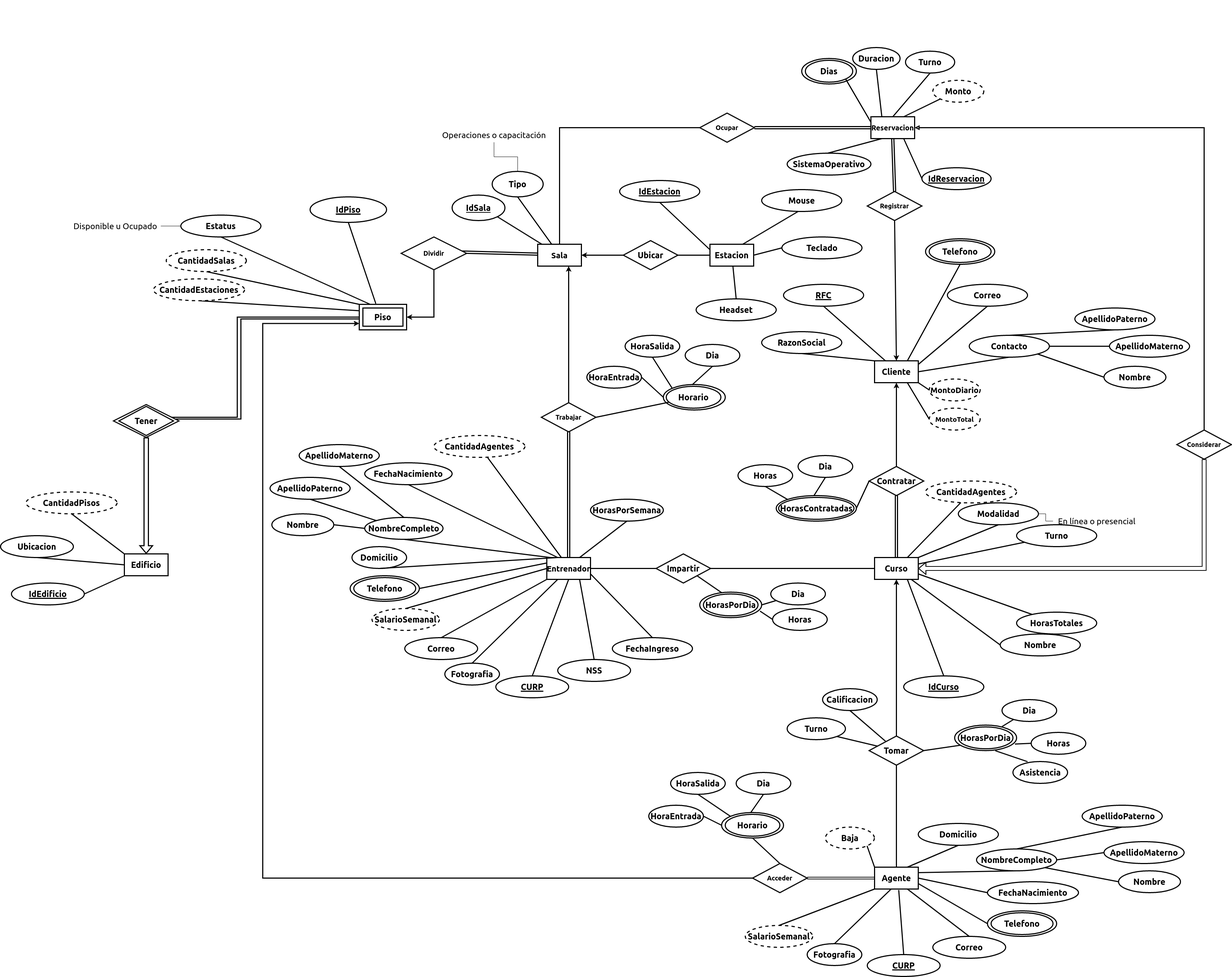
The draw.io diagram ProyectoFinal/Diagramas/ER.png in frgaray/FBD-2023-1, before a commit. Source tidied: cells renumbered, new cells last; positions are measured from the earlier drawing's top-left corner, leaving out a move shared by most shapes.
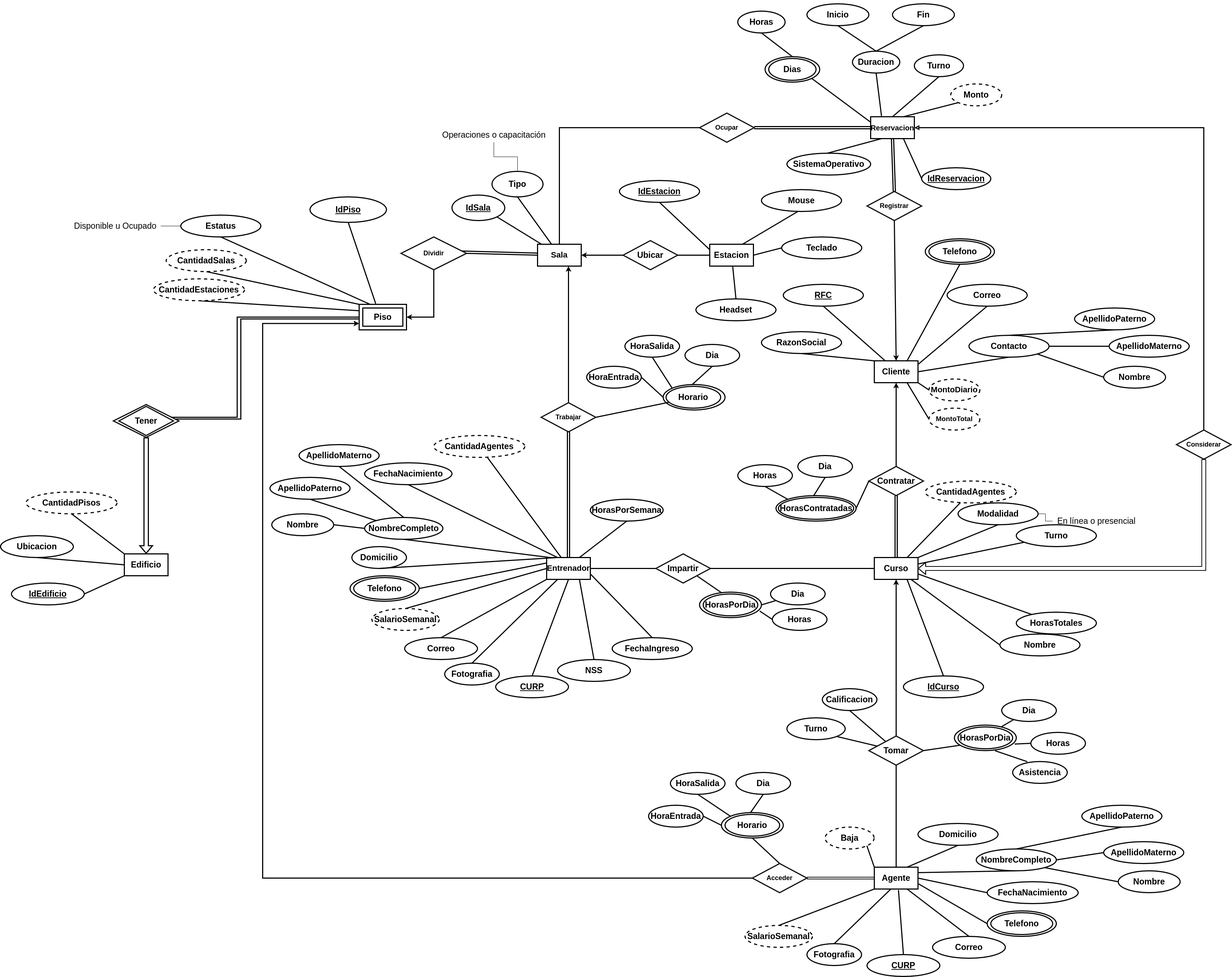
After the commit.

Diff of the diagram source:
```diff
@@ -689,28 +689,28 @@
       <mxGeometry relative="1" as="geometry" />
     </mxCell>
     <mxCell id="210" value="Turno" style="ellipse;whiteSpace=wrap;html=1;strokeWidth=3;fontSize=23;fontStyle=1;" parent="1" vertex="1">
-      <mxGeometry x="2485" y="140" width="135" height="60" as="geometry" />
+      <mxGeometry x="2510" y="150" width="135" height="60" as="geometry" />
     </mxCell>
     <mxCell id="211" style="edgeStyle=none;rounded=0;jettySize=auto;html=1;exitX=0.5;exitY=1;exitDx=0;exitDy=0;entryX=0.25;entryY=0;entryDx=0;entryDy=0;strokeWidth=3;fontSize=20;endArrow=none;endFill=0;" parent="1" edge="1" source="212" target="206">
       <mxGeometry relative="1" as="geometry" />
     </mxCell>
     <mxCell id="212" value="Duracion" style="ellipse;whiteSpace=wrap;html=1;strokeWidth=3;fontSize=23;fontStyle=1;" parent="1" vertex="1">
-      <mxGeometry x="2340" y="130" width="130" height="60" as="geometry" />
+      <mxGeometry x="2340" y="140" width="130" height="60" as="geometry" />
     </mxCell>
     <mxCell id="213" value="Dias" style="ellipse;whiteSpace=wrap;html=1;strokeWidth=3;fontSize=23;fontStyle=1;" parent="1" vertex="1">
-      <mxGeometry x="2200" y="160" width="150" height="70" as="geometry" />
+      <mxGeometry x="2100" y="155" width="150" height="70" as="geometry" />
     </mxCell>
     <mxCell id="214" style="edgeStyle=none;rounded=0;jettySize=auto;html=1;exitX=0;exitY=1;exitDx=0;exitDy=0;entryX=0.75;entryY=0;entryDx=0;entryDy=0;strokeWidth=3;fontSize=20;endArrow=none;endFill=0;" parent="1" edge="1" source="215" target="206">
       <mxGeometry relative="1" as="geometry" />
     </mxCell>
     <mxCell id="215" value="&lt;span style=&quot;&quot;&gt;&lt;font style=&quot;font-size: 23px;&quot;&gt;Monto&lt;/font&gt;&lt;/span&gt;" style="ellipse;whiteSpace=wrap;html=1;align=center;strokeWidth=3;fontSize=16;fontStyle=1;dashed=1;" parent="1" vertex="1">
-      <mxGeometry x="2560" y="220" width="140" height="60" as="geometry" />
+      <mxGeometry x="2610" y="230" width="140" height="60" as="geometry" />
     </mxCell>
-    <mxCell id="216" style="rounded=0;jettySize=auto;html=1;exitX=1;exitY=1;exitDx=0;exitDy=0;entryX=0;entryY=0.25;entryDx=0;entryDy=0;fontSize=20;endArrow=none;endFill=0;strokeWidth=3;" parent="1" edge="1" source="217" target="206">
+    <mxCell id="216" style="rounded=0;jettySize=auto;html=1;entryX=0;entryY=0.25;entryDx=0;entryDy=0;fontSize=20;endArrow=none;endFill=0;strokeWidth=3;exitX=1;exitY=1;exitDx=0;exitDy=0;" parent="1" edge="1" source="213" target="206">
       <mxGeometry relative="1" as="geometry" />
     </mxCell>
     <mxCell id="217" value="Dias" style="ellipse;whiteSpace=wrap;html=1;strokeWidth=3;fontSize=23;fontStyle=1;" parent="1" vertex="1">
-      <mxGeometry x="2210" y="165" width="130" height="60" as="geometry" />
+      <mxGeometry x="2110" y="160" width="130" height="60" as="geometry" />
     </mxCell>
     <mxCell id="218" value="&amp;nbsp;" style="text;whiteSpace=wrap;html=1;fontSize=23;" parent="1" vertex="1">
       <mxGeometry x="2870" y="360" width="40" height="50" as="geometry" />
@@ -769,5 +769,23 @@
     <mxCell id="236" value="&amp;nbsp;" style="text;whiteSpace=wrap;html=1;" parent="1" vertex="1">
       <mxGeometry x="1060" y="780" width="40" height="40" as="geometry" />
     </mxCell>
+    <mxCell id="237" value="Horas" style="ellipse;whiteSpace=wrap;html=1;strokeWidth=3;fontSize=23;fontStyle=1;" parent="1" vertex="1">
+      <mxGeometry x="2025" y="30" width="130" height="60" as="geometry" />
+    </mxCell>
+    <mxCell id="238" style="rounded=0;jettySize=auto;html=1;entryX=0.5;entryY=0;entryDx=0;entryDy=0;fontSize=20;endArrow=none;endFill=0;strokeWidth=3;exitX=0.5;exitY=1;exitDx=0;exitDy=0;" parent="1" edge="1" source="237" target="213">
+      <mxGeometry relative="1" as="geometry" />
+    </mxCell>
+    <mxCell id="239" value="Inicio" style="ellipse;whiteSpace=wrap;html=1;strokeWidth=3;fontSize=23;fontStyle=1;" parent="1" vertex="1">
+      <mxGeometry x="2215" y="10" width="170" height="60" as="geometry" />
+    </mxCell>
+    <mxCell id="240" value="Fin" style="ellipse;whiteSpace=wrap;html=1;strokeWidth=3;fontSize=23;fontStyle=1;" parent="1" vertex="1">
+      <mxGeometry x="2450" y="10" width="170" height="60" as="geometry" />
+    </mxCell>
+    <mxCell id="241" style="rounded=0;jettySize=auto;html=1;entryX=0.5;entryY=0;entryDx=0;entryDy=0;fontSize=20;endArrow=none;endFill=0;strokeWidth=3;exitX=0.5;exitY=1;exitDx=0;exitDy=0;" parent="1" edge="1" source="239" target="212">
+      <mxGeometry relative="1" as="geometry" />
+    </mxCell>
+    <mxCell id="242" style="rounded=0;jettySize=auto;html=1;fontSize=20;endArrow=none;endFill=0;strokeWidth=3;exitX=0.5;exitY=1;exitDx=0;exitDy=0;entryX=0.5;entryY=0;entryDx=0;entryDy=0;" parent="1" edge="1" source="240" target="212">
+      <mxGeometry relative="1" as="geometry" />
+    </mxCell>
   </root>
 </mxGraphModel>
```
